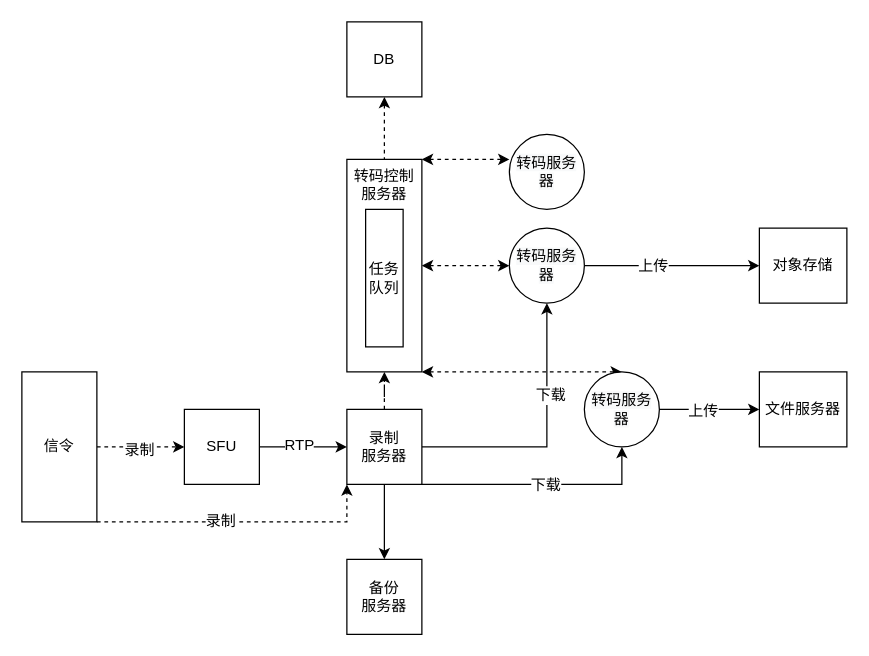
Before: page "Page-10" (8 of 16) of Untitled Diagram.drawio in craterone/imgs, a draw.io diagram. Source tidied: cells renumbered, new cells numbered last; positions are measured from the earlier drawing's top-left corner, leaving out a move shared by most shapes. Both pictures are drawn from the tidied source at 125%, with x=0, y=0 at pixel (21, 21).
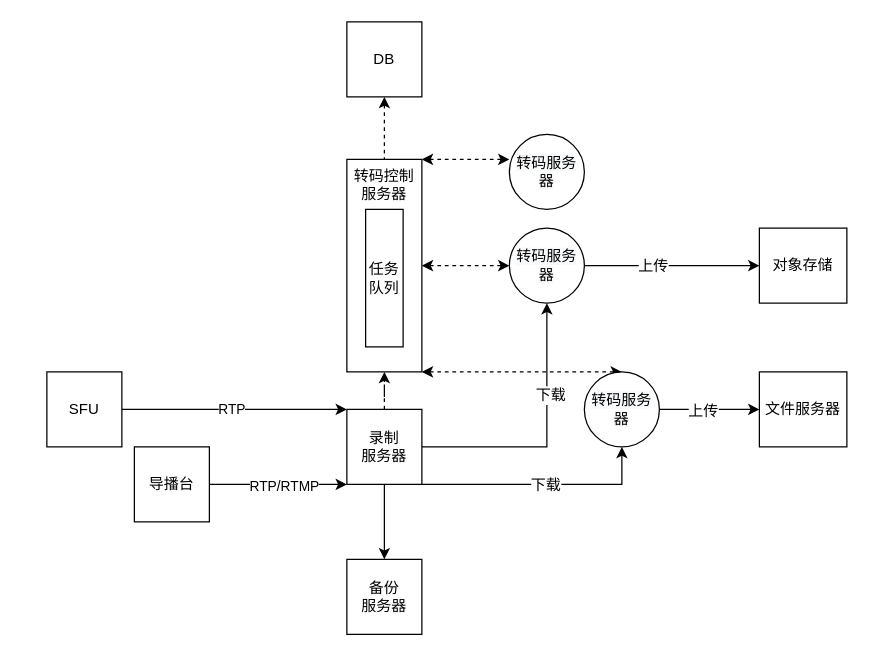
The same page after the edit.

Unchanged cells that the change refers to:
```xml
<mxCell id="12" value="录制&lt;br&gt;服务器" style="rounded=0;whiteSpace=wrap;html=1;fontSize=12;align=center;" parent="1" vertex="1">
  <mxGeometry x="260" y="310" width="60" height="60" as="geometry" />
</mxCell>
```

The edit, as a diff of the source:
```diff
@@
+    <mxCell id="13" style="edgeStyle=orthogonalEdgeStyle;rounded=0;jettySize=auto;html=1;exitX=1;exitY=0.5;exitDx=0;exitDy=0;entryX=0;entryY=0;entryDx=0;entryDy=0;" parent="1" edge="1" source="2" target="12">
+      <mxGeometry relative="1" as="geometry">
+        <Array as="points">
+          <mxPoint x="80" y="310" />
+          <mxPoint x="80" y="310" />
+        </Array>
+      </mxGeometry>
+    </mxCell>
+    <mxCell id="14" value="RTP" style="edgeLabel;html=1;align=center;verticalAlign=middle;" parent="13" vertex="1">
+      <mxGeometry x="-0.03" y="1" relative="1" as="geometry" />
+    </mxCell>
     <mxCell id="2" value="SFU" style="rounded=0;whiteSpace=wrap;html=1;fontSize=12;align=center;" parent="1" vertex="1">
-      <mxGeometry x="130" y="310" width="60" height="60" as="geometry" />
+      <mxGeometry x="20" y="280" width="60" height="60" as="geometry" />
     </mxCell>
-    <mxCell id="3" style="edgeStyle=orthogonalEdgeStyle;rounded=0;jettySize=auto;html=1;entryX=0;entryY=0.5;entryDx=0;entryDy=0;startArrow=none;startFill=0;endArrow=classic;endFill=1;fontSize=12;dashed=1;" parent="1" edge="1" source="7" target="2">
-      <mxGeometry relative="1" as="geometry" />
-    </mxCell>
-    <mxCell id="4" value="录制" style="edgeLabel;html=1;align=center;verticalAlign=middle;fontSize=12;" parent="3" vertex="1">
-      <mxGeometry x="-0.05" y="-2" relative="1" as="geometry" />
-    </mxCell>
-    <mxCell id="5" style="edgeStyle=orthogonalEdgeStyle;rounded=0;jettySize=auto;html=1;exitX=1;exitY=0;exitDx=0;exitDy=0;entryX=0;entryY=1;entryDx=0;entryDy=0;startArrow=none;startFill=0;endArrow=classic;endFill=1;strokeColor=#000000;fontSize=12;dashed=1;" parent="1" edge="1" source="7" target="12">
-      <mxGeometry relative="1" as="geometry">
-        <Array as="points">
-          <mxPoint x="260" y="400" />
-        </Array>
-      </mxGeometry>
-    </mxCell>
-    <mxCell id="6" value="录制" style="edgeLabel;html=1;align=center;verticalAlign=middle;fontSize=12;" parent="5" vertex="1">
-      <mxGeometry x="-0.15" y="1" relative="1" as="geometry" />
-    </mxCell>
-    <mxCell id="7" value="信令" style="rounded=0;whiteSpace=wrap;html=1;direction=south;" parent="1" vertex="1">
-      <mxGeometry y="280" width="60" height="120" as="geometry" />
-    </mxCell>
@@
-    <mxCell id="13" style="endArrow=classic;html=1;fontSize=12;entryX=0;entryY=0.5;entryDx=0;entryDy=0;exitX=1;exitY=0.5;exitDx=0;exitDy=0;startArrow=none;startFill=0;" parent="1" edge="1" source="2" target="12">
-      <mxGeometry relative="1" as="geometry" />
-    </mxCell>
-    <mxCell id="14" value="RTP" style="edgeLabel;html=1;align=center;verticalAlign=middle;fontSize=12;" parent="13" vertex="1">
-      <mxGeometry x="-0.12" y="2" relative="1" as="geometry" />
-    </mxCell>
@@
+    <mxCell id="34" style="edgeStyle=orthogonalEdgeStyle;rounded=0;jettySize=auto;html=1;exitX=1;exitY=0.5;exitDx=0;exitDy=0;entryX=0;entryY=1;entryDx=0;entryDy=0;" parent="1" edge="1" source="36" target="12">
+      <mxGeometry relative="1" as="geometry">
+        <Array as="points">
+          <mxPoint x="100" y="370" />
+        </Array>
+      </mxGeometry>
+    </mxCell>
+    <mxCell id="35" value="RTP/RTMP" style="edgeLabel;html=1;align=center;verticalAlign=middle;" parent="34" vertex="1">
+      <mxGeometry x="0.51" y="-1" relative="1" as="geometry" />
+    </mxCell>
+    <mxCell id="36" value="导播台" style="rounded=0;whiteSpace=wrap;html=1;fontSize=12;align=center;" parent="1" vertex="1">
+      <mxGeometry x="90" y="340" width="60" height="60" as="geometry" />
+    </mxCell>
```
